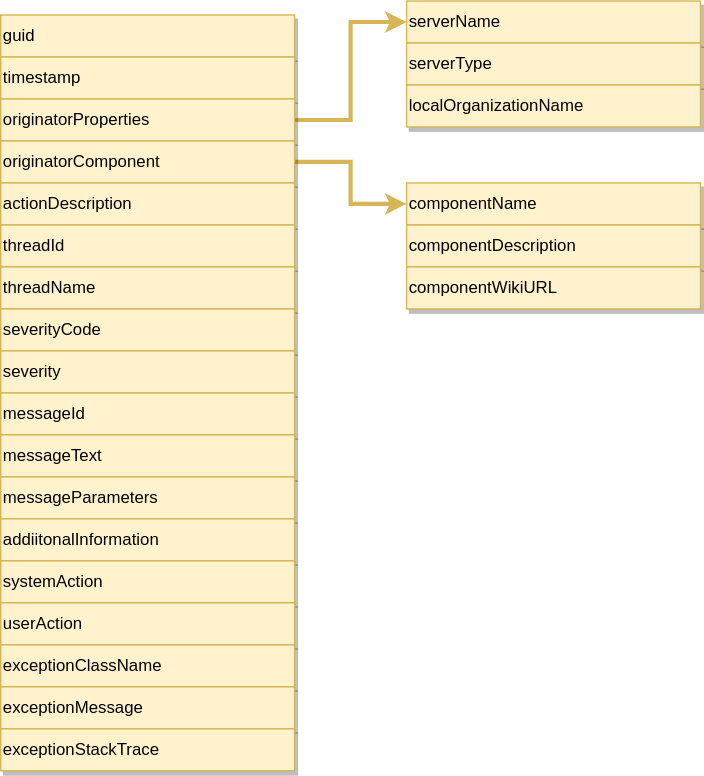
The draw.io diagram site/docs/concepts/audit-log-record-structure.svg in odpi/egeria-docs, before a commit. Source tidied: cells renumbered, new cells last; positions are measured from the earlier drawing's top-left corner, leaving out a move shared by most shapes.
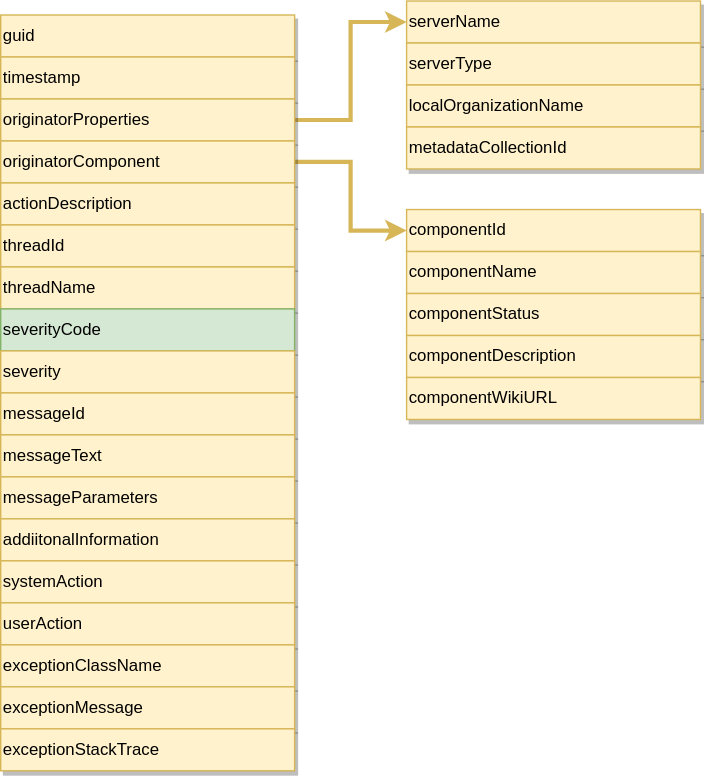
After the commit.

The edit, as a diff of the source:
```diff
@@ -17,14 +17,14 @@
     <mxCell id="6" value="serverName" style="rounded=0;whiteSpace=wrap;html=1;align=left;fillColor=#fff2cc;strokeColor=#d6b656;shadow=1;" parent="1" vertex="1">
       <mxGeometry x="290" width="210" height="30" as="geometry" />
     </mxCell>
-    <mxCell id="7" style="edgeStyle=orthogonalEdgeStyle;rounded=0;jettySize=auto;html=1;fillColor=#fff2cc;strokeColor=#d6b656;shadow=0;strokeWidth=3;" parent="1" edge="1" source="8" target="9">
+    <mxCell id="7" style="edgeStyle=orthogonalEdgeStyle;rounded=0;jettySize=auto;html=1;fillColor=#fff2cc;strokeColor=#d6b656;shadow=0;strokeWidth=3;entryX=0;entryY=0.5;entryDx=0;entryDy=0;" parent="1" edge="1" source="8" target="9">
       <mxGeometry relative="1" as="geometry" />
     </mxCell>
     <mxCell id="8" value="originatorComponent" style="rounded=0;whiteSpace=wrap;html=1;align=left;fillColor=#fff2cc;strokeColor=#d6b656;shadow=1;" parent="1" vertex="1">
       <mxGeometry y="100" width="210" height="30" as="geometry" />
     </mxCell>
-    <mxCell id="9" value="componentName" style="rounded=0;whiteSpace=wrap;html=1;align=left;fillColor=#fff2cc;strokeColor=#d6b656;shadow=1;" parent="1" vertex="1">
-      <mxGeometry x="290" y="130" width="210" height="30" as="geometry" />
+    <mxCell id="9" value="componentId" style="rounded=0;whiteSpace=wrap;html=1;align=left;fillColor=#fff2cc;strokeColor=#d6b656;shadow=1;" parent="1" vertex="1">
+      <mxGeometry x="290" y="149" width="210" height="30" as="geometry" />
     </mxCell>
     <mxCell id="10" value="actionDescription" style="rounded=0;whiteSpace=wrap;html=1;align=left;fillColor=#fff2cc;strokeColor=#d6b656;shadow=1;" parent="1" vertex="1">
       <mxGeometry y="130" width="210" height="30" as="geometry" />
@@ -35,7 +35,7 @@
     <mxCell id="12" value="threadName" style="rounded=0;whiteSpace=wrap;html=1;align=left;fillColor=#fff2cc;strokeColor=#d6b656;shadow=1;" parent="1" vertex="1">
       <mxGeometry y="190" width="210" height="30" as="geometry" />
     </mxCell>
-    <mxCell id="13" value="severityCode" style="rounded=0;whiteSpace=wrap;html=1;align=left;fillColor=#fff2cc;strokeColor=#d6b656;shadow=1;" parent="1" vertex="1">
+    <mxCell id="13" value="severityCode" style="rounded=0;whiteSpace=wrap;html=1;align=left;fillColor=#d5e8d4;strokeColor=#82b366;shadow=1;" parent="1" vertex="1">
       <mxGeometry y="220" width="210" height="30" as="geometry" />
     </mxCell>
     <mxCell id="14" value="severity" style="rounded=0;whiteSpace=wrap;html=1;align=left;fillColor=#fff2cc;strokeColor=#d6b656;shadow=1;" parent="1" vertex="1">
@@ -74,11 +74,20 @@
     <mxCell id="25" value="localOrganizationName" style="rounded=0;whiteSpace=wrap;html=1;align=left;fillColor=#fff2cc;strokeColor=#d6b656;shadow=1;" parent="1" vertex="1">
       <mxGeometry x="290" y="60" width="210" height="30" as="geometry" />
     </mxCell>
-    <mxCell id="26" value="componentDescription" style="rounded=0;whiteSpace=wrap;html=1;align=left;fillColor=#fff2cc;strokeColor=#d6b656;shadow=1;" parent="1" vertex="1">
-      <mxGeometry x="290" y="160" width="210" height="30" as="geometry" />
+    <mxCell id="26" value="componentName" style="rounded=0;whiteSpace=wrap;html=1;align=left;fillColor=#fff2cc;strokeColor=#d6b656;shadow=1;" parent="1" vertex="1">
+      <mxGeometry x="290" y="179" width="210" height="30" as="geometry" />
     </mxCell>
-    <mxCell id="27" value="componentWikiURL" style="rounded=0;whiteSpace=wrap;html=1;align=left;fillColor=#fff2cc;strokeColor=#d6b656;shadow=1;" parent="1" vertex="1">
-      <mxGeometry x="290" y="190" width="210" height="30" as="geometry" />
+    <mxCell id="27" value="componentStatus" style="rounded=0;whiteSpace=wrap;html=1;align=left;fillColor=#fff2cc;strokeColor=#d6b656;shadow=1;" parent="1" vertex="1">
+      <mxGeometry x="290" y="209" width="210" height="30" as="geometry" />
     </mxCell>
+    <mxCell id="28" value="componentDescription" style="rounded=0;whiteSpace=wrap;html=1;align=left;fillColor=#fff2cc;strokeColor=#d6b656;shadow=1;" parent="1" vertex="1">
+      <mxGeometry x="290" y="239" width="210" height="30" as="geometry" />
+    </mxCell>
+    <mxCell id="29" value="componentWikiURL" style="rounded=0;whiteSpace=wrap;html=1;align=left;fillColor=#fff2cc;strokeColor=#d6b656;shadow=1;" parent="1" vertex="1">
+      <mxGeometry x="290" y="269" width="210" height="30" as="geometry" />
+    </mxCell>
+    <mxCell id="30" value="metadataCollectionId" style="rounded=0;whiteSpace=wrap;html=1;align=left;fillColor=#fff2cc;strokeColor=#d6b656;shadow=1;" parent="1" vertex="1">
+      <mxGeometry x="290" y="90" width="210" height="30" as="geometry" />
+    </mxCell>
   </root>
 </mxGraphModel>
```
